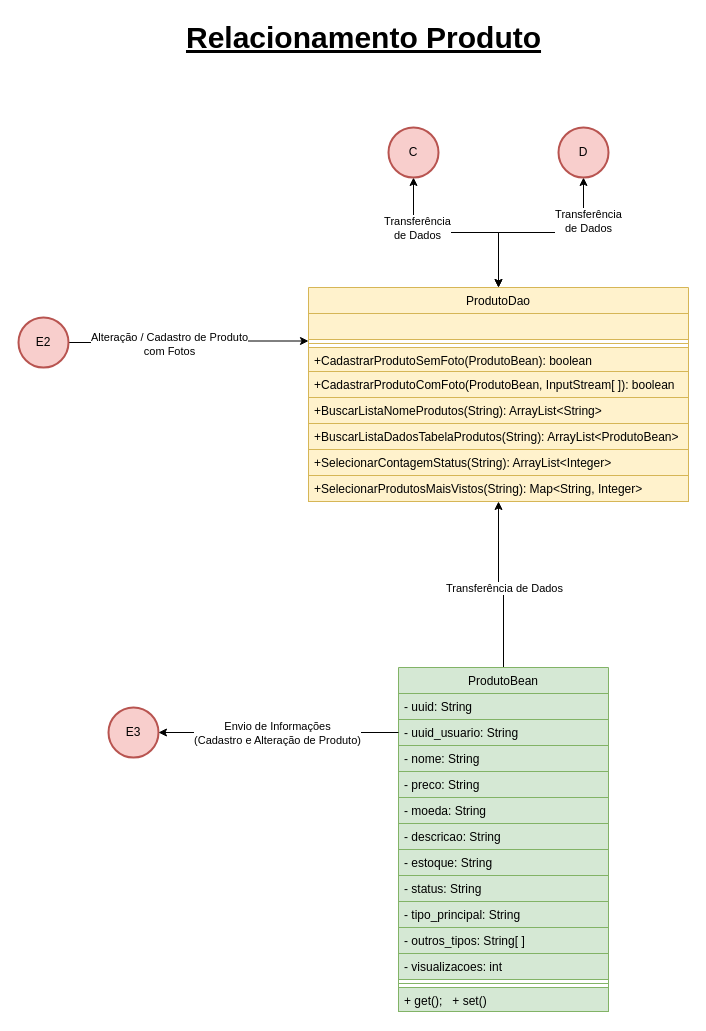
Before: page "Relacionamento Produto" (4 of 7) of TCC/Classes.drawio in CSFelix/UML, a draw.io diagram. Source tidied: cells renumbered, new cells numbered last; positions are measured from the earlier drawing's top-left corner, leaving out a move shared by most shapes. Both pictures are drawn from the tidied source at 100%, with x=0, y=0 at pixel (18, 17).
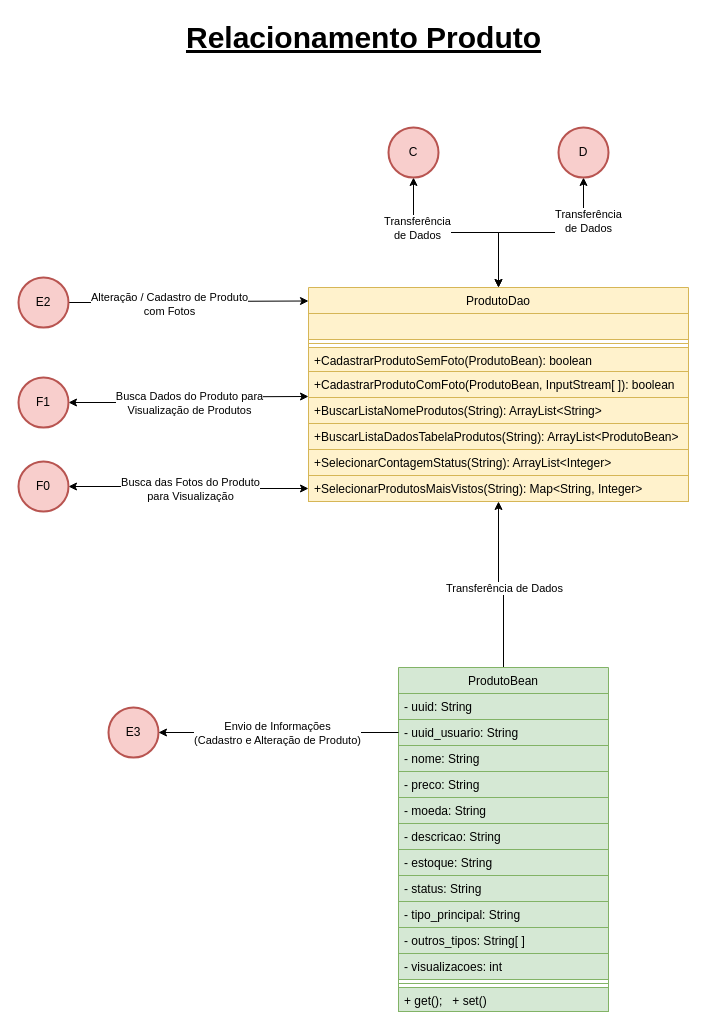
Above is the later version.

Unchanged cells that the change refers to:
```xml
<mxCell id="3" value="ProdutoDao" style="swimlane;fontStyle=0;align=center;verticalAlign=top;horizontal=1;startSize=26;rounded=0;shadow=0;strokeWidth=1;fillColor=#fff2cc;strokeColor=#d6b656;" parent="1" vertex="1">
  <mxGeometry x="290" y="270" width="380" height="214" as="geometry" />
</mxCell>
<mxCell id="11" value="+SelecionarProdutosMaisVistos(String): Map&lt;String, Integer&gt;" style="text;align=left;verticalAlign=top;spacingLeft=4;spacingRight=4;overflow=hidden;points=[[0,0.5],[1,0.5]];portConstraint=eastwest;rounded=0;shadow=0;html=0;fillColor=#fff2cc;strokeColor=#d6b656;" parent="3" vertex="1">
  <mxGeometry y="188" width="380" height="26" as="geometry" />
</mxCell>
```

Diff of the diagram source:
```diff
@@
-    <mxCell id="34" style="edgeStyle=orthogonalEdgeStyle;rounded=0;jettySize=auto;html=1;entryX=0;entryY=0.25;entryDx=0;entryDy=0;startArrow=none;startFill=0;" parent="1" edge="1" source="36" target="3">
-      <mxGeometry relative="1" as="geometry" />
+    <mxCell id="34" style="edgeStyle=orthogonalEdgeStyle;rounded=0;jettySize=auto;html=1;entryX=0;entryY=0.25;entryDx=0;entryDy=0;startArrow=none;startFill=0;" parent="1" edge="1" source="36">
+      <mxGeometry relative="1" as="geometry">
+        <mxPoint x="290" y="283.5" as="targetPoint" />
+      </mxGeometry>
     </mxCell>
@@
     <mxCell id="36" value="E2" style="strokeWidth=2;html=1;shape=mxgraph.flowchart.start_2;whiteSpace=wrap;fillColor=#f8cecc;strokeColor=#b85450;" parent="1" vertex="1">
-      <mxGeometry y="300" width="50" height="50" as="geometry" />
+      <mxGeometry y="260" width="50" height="50" as="geometry" />
     </mxCell>
@@
+    <mxCell id="40" style="edgeStyle=orthogonalEdgeStyle;rounded=0;jettySize=auto;html=1;entryX=0;entryY=0.5;entryDx=0;entryDy=0;startArrow=classic;startFill=1;" parent="1" edge="1" source="42">
+      <mxGeometry relative="1" as="geometry">
+        <mxPoint x="290" y="379" as="targetPoint" />
+      </mxGeometry>
+    </mxCell>
+    <mxCell id="41" value="Busca Dados do Produto para&lt;br&gt;Visualização de Produtos" style="edgeLabel;html=1;align=center;verticalAlign=middle;" parent="40" vertex="1">
+      <mxGeometry x="-0.25" y="1" relative="1" as="geometry">
+        <mxPoint x="28" y="1" as="offset" />
+      </mxGeometry>
+    </mxCell>
+    <mxCell id="42" value="F1" style="strokeWidth=2;html=1;shape=mxgraph.flowchart.start_2;whiteSpace=wrap;fillColor=#f8cecc;strokeColor=#b85450;" parent="1" vertex="1">
+      <mxGeometry y="360" width="50" height="50" as="geometry" />
+    </mxCell>
+    <mxCell id="43" style="edgeStyle=orthogonalEdgeStyle;rounded=0;jettySize=auto;html=1;entryX=0;entryY=0.5;entryDx=0;entryDy=0;startArrow=classic;startFill=1;" parent="1" edge="1" source="45" target="11">
+      <mxGeometry relative="1" as="geometry" />
+    </mxCell>
+    <mxCell id="44" value="Busca das Fotos do Produto&lt;br&gt;para Visualização" style="edgeLabel;html=1;align=center;verticalAlign=middle;" parent="43" vertex="1">
+      <mxGeometry x="-0.25" y="3" relative="1" as="geometry">
+        <mxPoint x="30" y="5" as="offset" />
+      </mxGeometry>
+    </mxCell>
+    <mxCell id="45" value="F0" style="strokeWidth=2;html=1;shape=mxgraph.flowchart.start_2;whiteSpace=wrap;fillColor=#f8cecc;strokeColor=#b85450;" parent="1" vertex="1">
+      <mxGeometry y="444" width="50" height="50" as="geometry" />
+    </mxCell>
```
